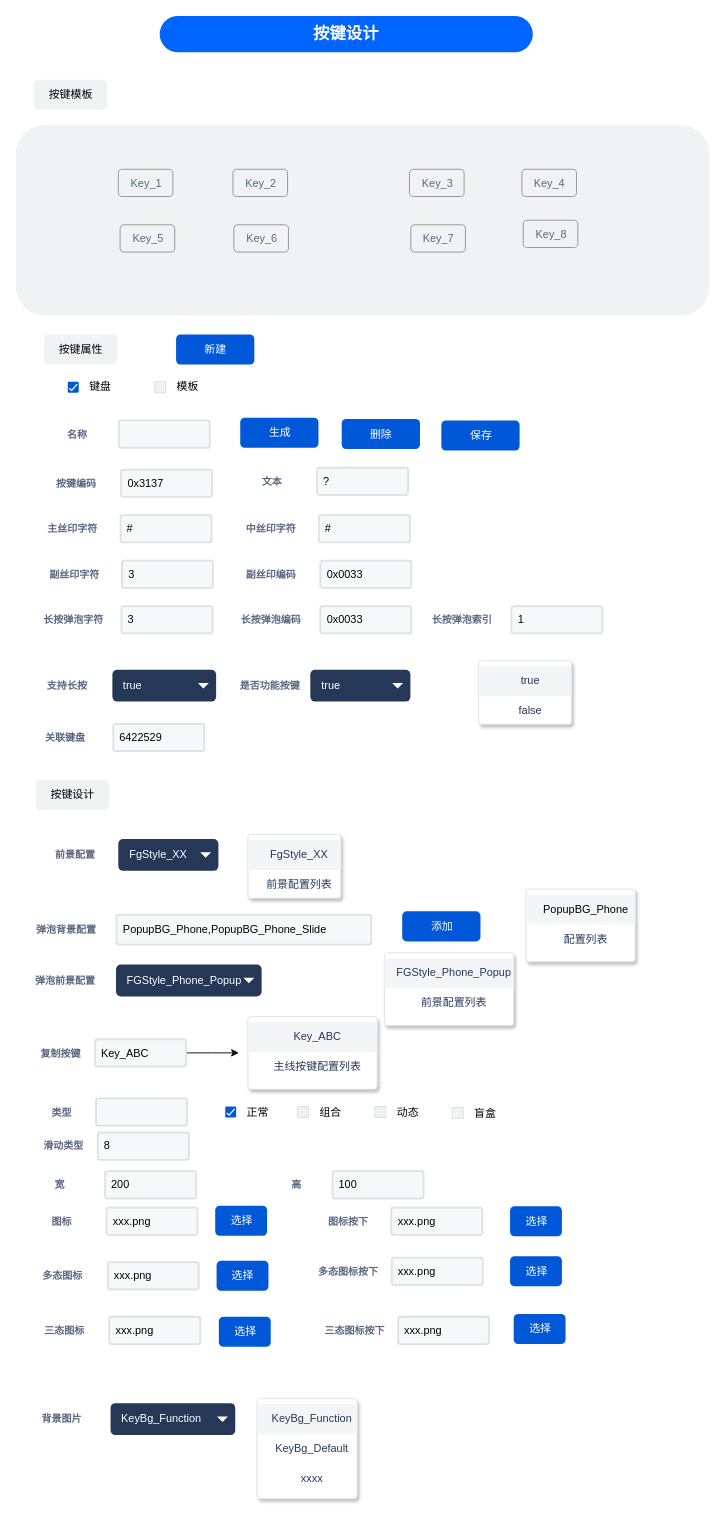
Above: layout-editor/按键设置.drawio in chonglv/charts (draw.io), before the change. Source tidied: cells renumbered, new cells numbered last; positions are measured from the earlier drawing's top-left corner, leaving out a move shared by most shapes. Both pictures are drawn from the tidied source at 91%, with x=0, y=0 at pixel (15, 15).
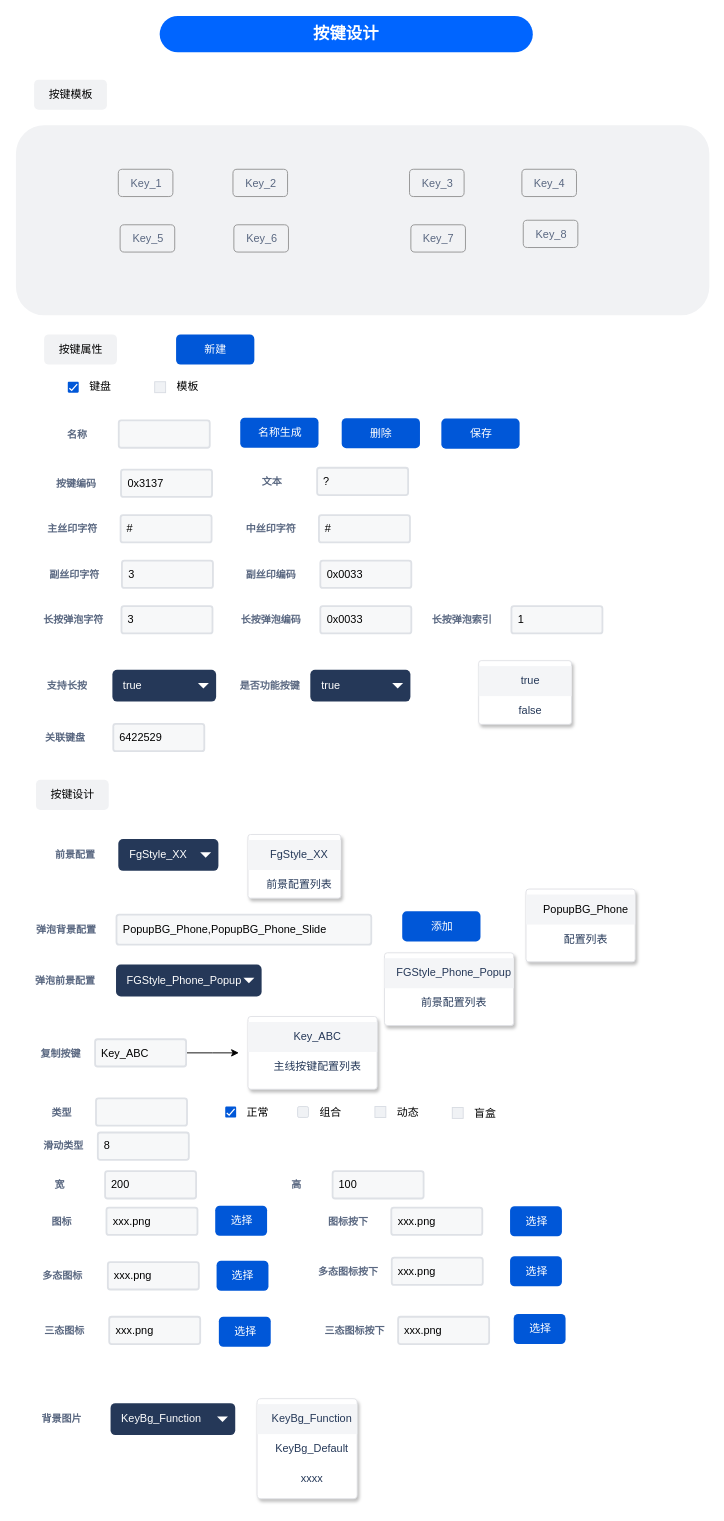
After the change.

Commit message:
更新按键设置.drawio

Change to the diagram source:
```diff
@@
     <mxCell id="4" value="删除" style="rounded=1;fillColor=#0057D8;align=center;strokeColor=none;html=1;fontColor=#ffffff;fontSize=12;" parent="1" vertex="1">
-      <mxGeometry x="358" y="443" width="86" height="33" as="geometry" />
+      <mxGeometry x="358" y="442" width="86" height="33" as="geometry" />
     </mxCell>
@@
     <mxCell id="6" value="保存" style="rounded=1;fillColor=#0057D8;align=center;strokeColor=none;html=1;fontColor=#ffffff;fontSize=12;" parent="1" vertex="1">
-      <mxGeometry x="467.5" y="444.5" width="86" height="33" as="geometry" />
+      <mxGeometry x="467.5" y="442.5" width="86" height="33" as="geometry" />
     </mxCell>
-    <mxCell id="7" value="生成" style="rounded=1;fillColor=#0057D8;align=center;strokeColor=none;html=1;fontColor=#ffffff;fontSize=12;" parent="1" vertex="1">
+    <mxCell id="7" value="名称生成" style="rounded=1;fillColor=#0057D8;align=center;strokeColor=none;html=1;fontColor=#ffffff;fontSize=12;" parent="1" vertex="1">
       <mxGeometry x="246.5" y="441.5" width="86" height="33" as="geometry" />
     </mxCell>
```
